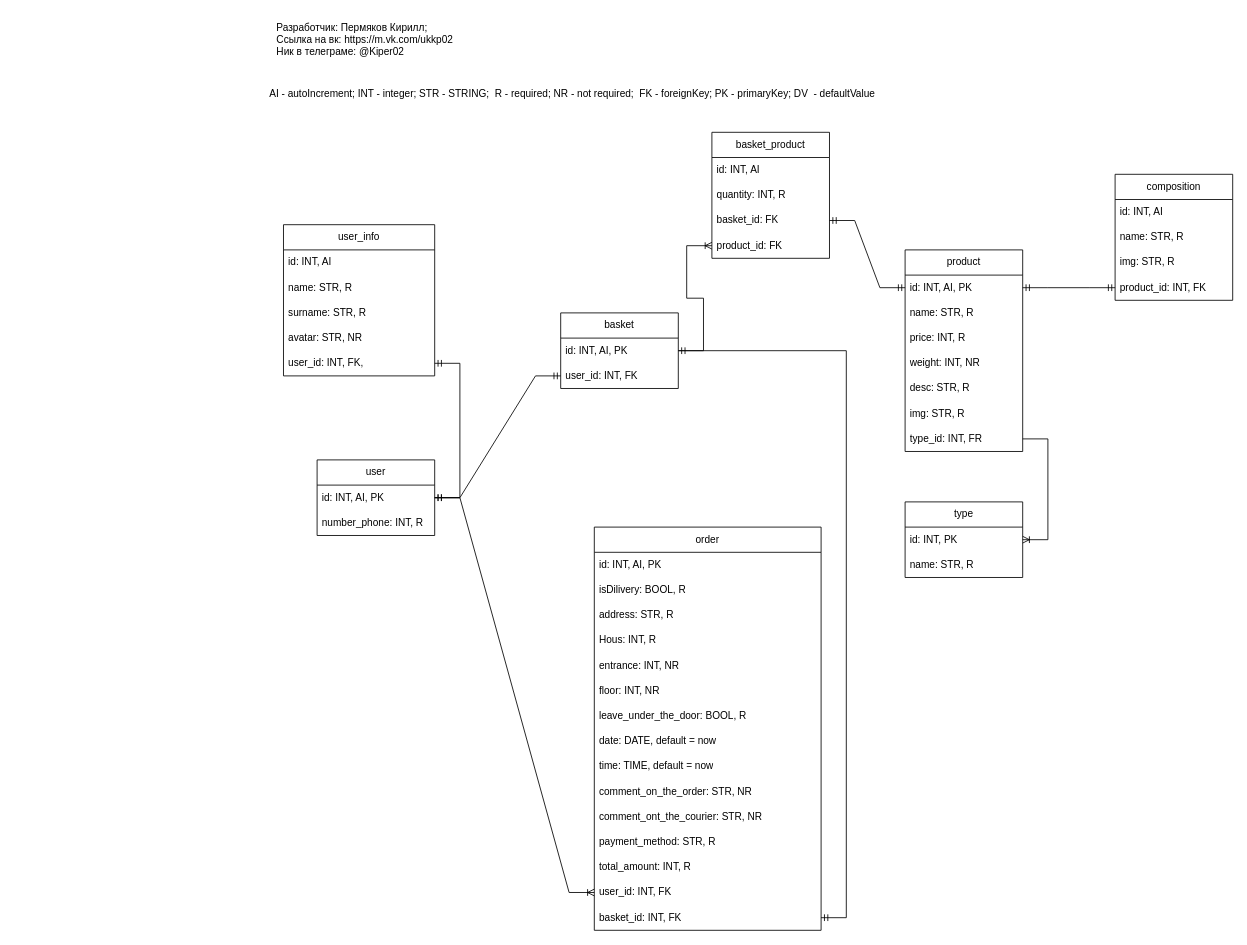
The draw.io diagram db-diagram.drawio in Kiper02/ninja-sushi, before the edit. Source tidied: cells renumbered, new cells numbered last; positions are measured from the earlier drawing's top-left corner, leaving out a move shared by most shapes. Both pictures are drawn from the tidied source at 84%, with x=0, y=0 at pixel (266, 14).
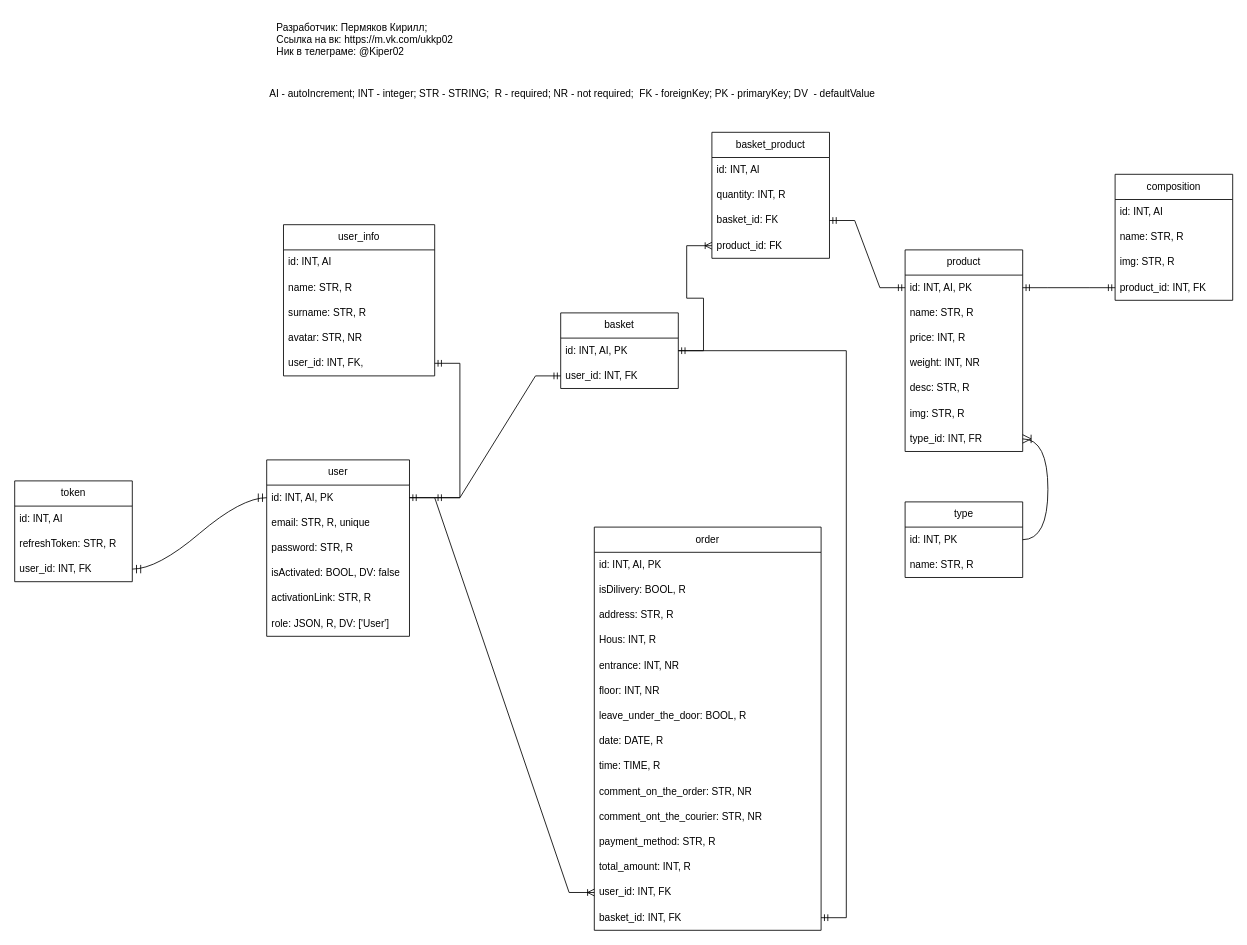
After the change.

Unchanged cells that the change refers to:
```xml
<mxCell id="27" value="type_id: INT, FR" style="text;strokeColor=none;fillColor=none;align=left;verticalAlign=middle;spacingLeft=4;spacingRight=4;overflow=hidden;points=[[0,0.5],[1,0.5]];portConstraint=eastwest;whiteSpace=wrap;html=1;" parent="20" vertex="1">
  <mxGeometry y="210" width="140" height="30" as="geometry" />
</mxCell>
<mxCell id="29" value="id: INT, PK" style="text;strokeColor=none;fillColor=none;align=left;verticalAlign=middle;spacingLeft=4;spacingRight=4;overflow=hidden;points=[[0,0.5],[1,0.5]];portConstraint=eastwest;whiteSpace=wrap;html=1;" parent="28" vertex="1">
  <mxGeometry y="30" width="140" height="30" as="geometry" />
</mxCell>
<mxCell id="36" value="order" style="swimlane;fontStyle=0;horizontal=1;startSize=30;whiteSpace=wrap;html=1;" parent="1" vertex="1">
  <mxGeometry x="390" y="610" width="270" height="480" as="geometry" />
</mxCell>
```

Diff of the diagram source:
```diff
@@
     <mxCell id="2" value="&lt;div&gt;user&lt;/div&gt;" style="swimlane;fontStyle=0;horizontal=1;startSize=30;whiteSpace=wrap;html=1;" parent="1" vertex="1">
-      <mxGeometry x="60" y="530" width="140" height="90" as="geometry" />
+      <mxGeometry y="530" width="170" height="210" as="geometry" />
     </mxCell>
     <mxCell id="3" value="id: INT, AI, PK" style="text;strokeColor=none;fillColor=none;align=left;verticalAlign=middle;spacingLeft=4;spacingRight=4;overflow=hidden;points=[[0,0.5],[1,0.5]];portConstraint=eastwest;whiteSpace=wrap;html=1;" parent="2" vertex="1">
-      <mxGeometry y="30" width="140" height="30" as="geometry" />
+      <mxGeometry y="30" width="170" height="30" as="geometry" />
     </mxCell>
-    <mxCell id="4" value="number_phone: INT, R" style="text;strokeColor=none;fillColor=none;align=left;verticalAlign=middle;spacingLeft=4;spacingRight=4;overflow=hidden;whiteSpace=wrap;html=1;" parent="2" vertex="1">
-      <mxGeometry y="60" width="140" height="30" as="geometry" />
+    <mxCell id="4" value="email: STR, R, unique" style="text;strokeColor=none;fillColor=none;align=left;verticalAlign=middle;spacingLeft=4;spacingRight=4;overflow=hidden;whiteSpace=wrap;html=1;" parent="2" vertex="1">
+      <mxGeometry y="60" width="170" height="30" as="geometry" />
     </mxCell>
+    <mxCell id="61" value="password: STR, R" style="text;strokeColor=none;fillColor=none;align=left;verticalAlign=middle;spacingLeft=4;spacingRight=4;overflow=hidden;whiteSpace=wrap;html=1;" parent="2" vertex="1">
+      <mxGeometry y="90" width="170" height="30" as="geometry" />
+    </mxCell>
+    <mxCell id="62" value="isActivated: BOOL, DV: false" style="text;strokeColor=none;fillColor=none;align=left;verticalAlign=middle;spacingLeft=4;spacingRight=4;overflow=hidden;whiteSpace=wrap;html=1;" parent="2" vertex="1">
+      <mxGeometry y="120" width="170" height="30" as="geometry" />
+    </mxCell>
+    <mxCell id="63" value="activationLink: STR, R" style="text;strokeColor=none;fillColor=none;align=left;verticalAlign=middle;spacingLeft=4;spacingRight=4;overflow=hidden;whiteSpace=wrap;html=1;" parent="2" vertex="1">
+      <mxGeometry y="150" width="170" height="30" as="geometry" />
+    </mxCell>
+    <mxCell id="64" value="role: JSON, R, DV: ['User']" style="text;strokeColor=none;fillColor=none;align=left;verticalAlign=middle;spacingLeft=4;spacingRight=4;overflow=hidden;whiteSpace=wrap;html=1;" parent="2" vertex="1">
+      <mxGeometry y="180" width="170" height="30" as="geometry" />
+    </mxCell>
@@
-    <mxCell id="44" value="date: DATE, default = now" style="text;strokeColor=none;fillColor=none;align=left;verticalAlign=middle;spacingLeft=4;spacingRight=4;overflow=hidden;whiteSpace=wrap;html=1;" parent="36" vertex="1">
+    <mxCell id="44" value="date: DATE, R" style="text;strokeColor=none;fillColor=none;align=left;verticalAlign=middle;spacingLeft=4;spacingRight=4;overflow=hidden;whiteSpace=wrap;html=1;" parent="36" vertex="1">
       <mxGeometry y="240" width="270" height="30" as="geometry" />
     </mxCell>
-    <mxCell id="45" value="time: TIME, default = now" style="text;strokeColor=none;fillColor=none;align=left;verticalAlign=middle;spacingLeft=4;spacingRight=4;overflow=hidden;whiteSpace=wrap;html=1;" parent="36" vertex="1">
+    <mxCell id="45" value="time: TIME, R" style="text;strokeColor=none;fillColor=none;align=left;verticalAlign=middle;spacingLeft=4;spacingRight=4;overflow=hidden;whiteSpace=wrap;html=1;" parent="36" vertex="1">
       <mxGeometry y="270" width="270" height="30" as="geometry" />
     </mxCell>
@@
-    <mxCell id="57" style="edgeStyle=entityRelationEdgeStyle;fontSize=12;html=1;endArrow=ERoneToMany;rounded=0;" parent="1" edge="1" source="27" target="29">
-      <mxGeometry relative="1" as="geometry" />
-    </mxCell>
@@
+    <mxCell id="65" style="edgeStyle=entityRelationEdgeStyle;fontSize=12;html=1;endArrow=ERoneToMany;rounded=0;startSize=8;endSize=8;curved=1;" parent="1" edge="1" source="29" target="27">
+      <mxGeometry relative="1" as="geometry" />
+    </mxCell>
+    <mxCell id="66" value="token" style="swimlane;fontStyle=0;horizontal=1;startSize=30;whiteSpace=wrap;html=1;" parent="1" vertex="1">
+      <mxGeometry x="-300" y="555" width="140" height="120" as="geometry" />
+    </mxCell>
+    <mxCell id="67" value="id: INT, AI" style="text;strokeColor=none;fillColor=none;align=left;verticalAlign=middle;spacingLeft=4;spacingRight=4;overflow=hidden;whiteSpace=wrap;html=1;" parent="66" vertex="1">
+      <mxGeometry y="30" width="140" height="30" as="geometry" />
+    </mxCell>
+    <mxCell id="68" value="refreshToken: STR, R" style="text;strokeColor=none;fillColor=none;align=left;verticalAlign=middle;spacingLeft=4;spacingRight=4;overflow=hidden;whiteSpace=wrap;html=1;" parent="66" vertex="1">
+      <mxGeometry y="60" width="140" height="30" as="geometry" />
+    </mxCell>
+    <mxCell id="69" value="user_id: INT, FK" style="text;strokeColor=none;fillColor=none;align=left;verticalAlign=middle;spacingLeft=4;spacingRight=4;overflow=hidden;points=[[0,0.5],[1,0.5]];portConstraint=eastwest;whiteSpace=wrap;html=1;" parent="66" vertex="1">
+      <mxGeometry y="90" width="140" height="30" as="geometry" />
+    </mxCell>
+    <mxCell id="70" style="edgeStyle=entityRelationEdgeStyle;fontSize=12;html=1;endArrow=ERmandOne;startArrow=ERmandOne;rounded=0;startSize=8;endSize=8;curved=1;" parent="1" edge="1" source="69" target="3">
+      <mxGeometry relative="1" as="geometry" />
+    </mxCell>
```
